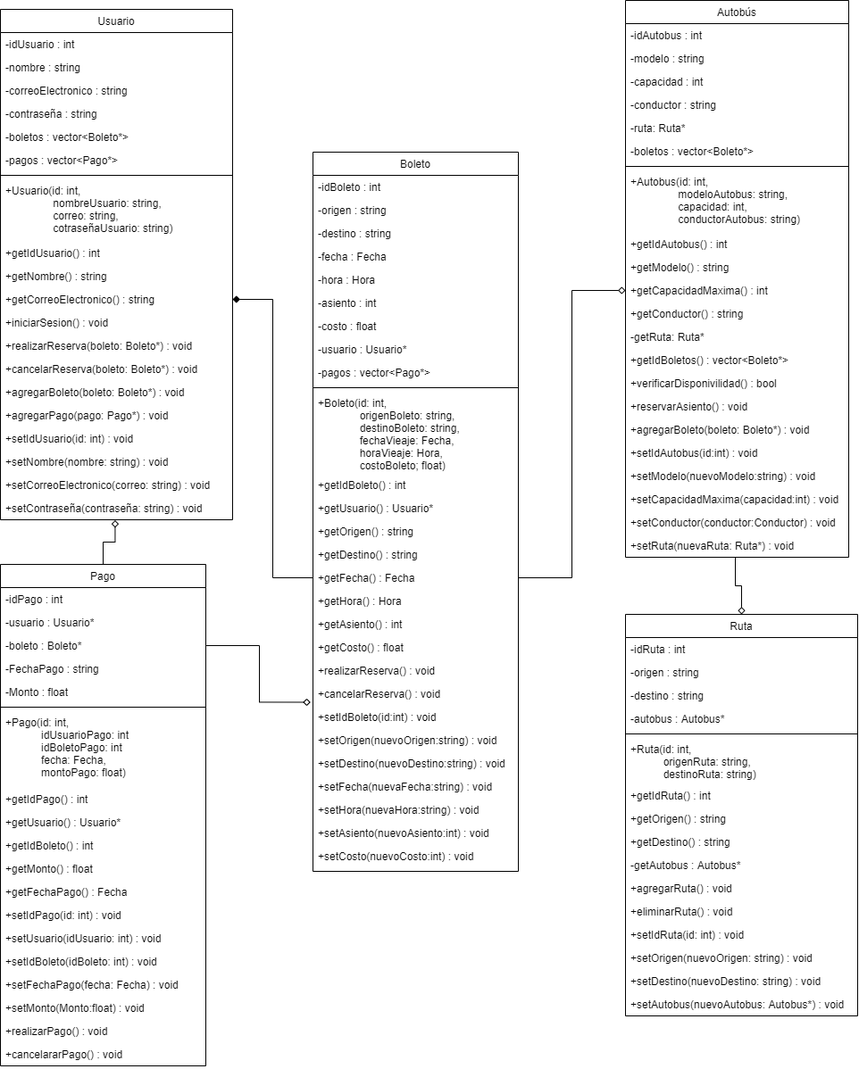
The draw.io diagram Transporte.png in ojavier/ProjectDelivery, before a commit. Source tidied: cells renumbered, new cells last; positions are measured from the earlier drawing's top-left corner, leaving out a move shared by most shapes.
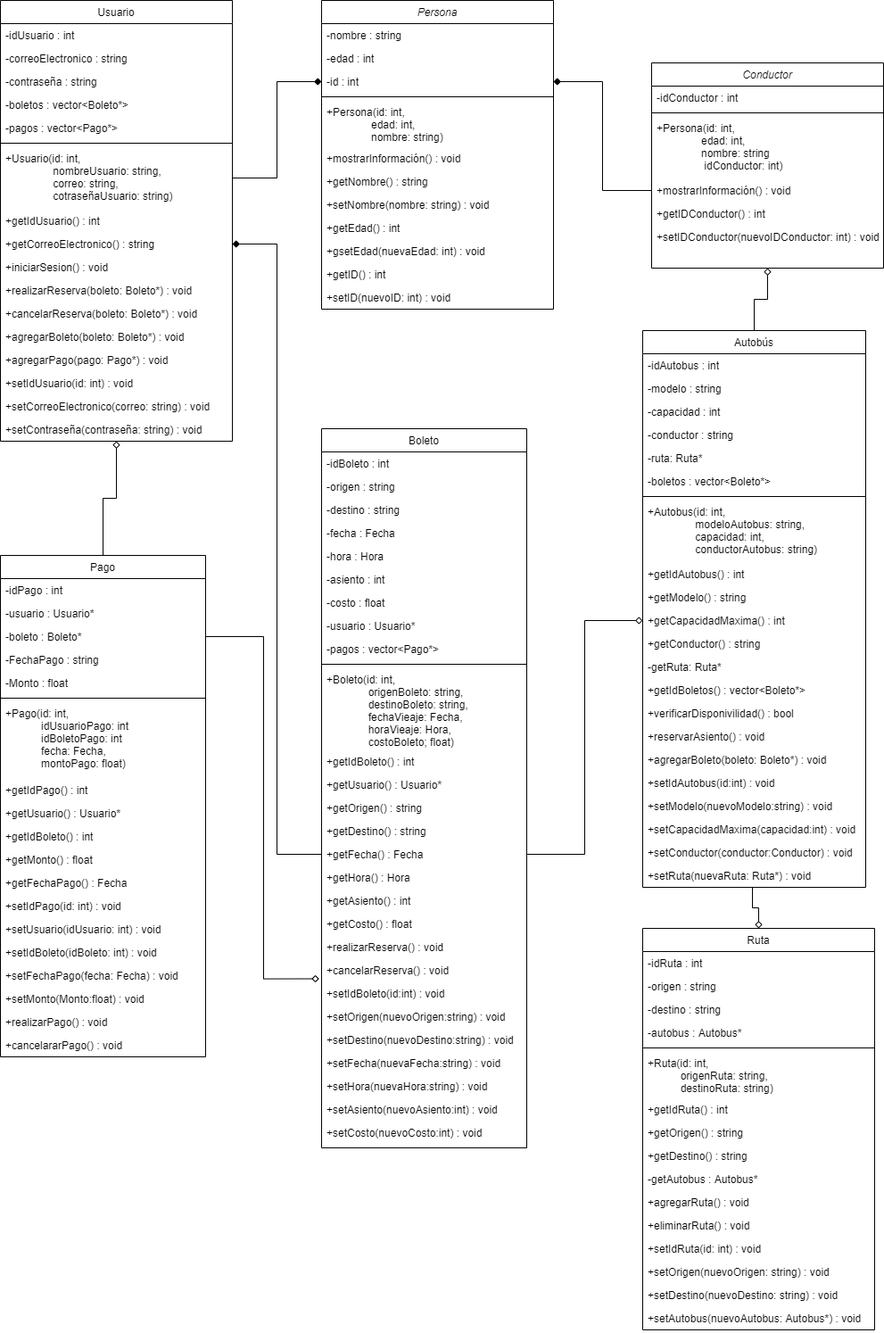
After the change.

Change to the diagram source:
```diff
@@ -3,70 +3,64 @@
     <mxCell id="0" />
     <mxCell id="1" parent="0" />
     <mxCell id="2" value="Usuario" style="swimlane;fontStyle=0;align=center;verticalAlign=top;horizontal=1;startSize=26;rounded=0;shadow=0;strokeWidth=1;" parent="1" vertex="1">
-      <mxGeometry y="10" width="260" height="572" as="geometry" />
+      <mxGeometry y="10" width="260" height="494" as="geometry" />
     </mxCell>
     <mxCell id="3" value="-idUsuario : int" style="text;align=left;verticalAlign=top;spacingLeft=4;spacingRight=4;overflow=hidden;" parent="2" vertex="1">
       <mxGeometry y="26" width="260" height="26" as="geometry" />
     </mxCell>
-    <mxCell id="4" value="-nombre : string" style="text;align=left;verticalAlign=top;spacingLeft=4;spacingRight=4;overflow=hidden;rounded=0;shadow=0;html=0;" parent="2" vertex="1">
-      <mxGeometry y="52" width="260" height="26" as="geometry" />
-    </mxCell>
     <mxCell id="5" value="-correoElectronico : string" style="text;align=left;verticalAlign=top;spacingLeft=4;spacingRight=4;overflow=hidden;rounded=0;shadow=0;html=0;" parent="2" vertex="1">
-      <mxGeometry y="78" width="260" height="26" as="geometry" />
+      <mxGeometry y="52" width="260" height="26" as="geometry" />
     </mxCell>
     <mxCell id="6" value="-contraseña : string" style="text;align=left;verticalAlign=top;spacingLeft=4;spacingRight=4;overflow=hidden;rounded=0;shadow=0;html=0;" parent="2" vertex="1">
-      <mxGeometry y="104" width="260" height="26" as="geometry" />
+      <mxGeometry y="78" width="260" height="26" as="geometry" />
     </mxCell>
     <mxCell id="7" value="-boletos : vector&lt;Boleto*&gt;" style="text;align=left;verticalAlign=top;spacingLeft=4;spacingRight=4;overflow=hidden;rounded=0;shadow=0;html=0;" parent="2" vertex="1">
-      <mxGeometry y="130" width="260" height="26" as="geometry" />
+      <mxGeometry y="104" width="260" height="26" as="geometry" />
     </mxCell>
     <mxCell id="8" value="-pagos : vector&lt;Pago*&gt;" style="text;align=left;verticalAlign=top;spacingLeft=4;spacingRight=4;overflow=hidden;rounded=0;shadow=0;html=0;" parent="2" vertex="1">
-      <mxGeometry y="156" width="260" height="26" as="geometry" />
+      <mxGeometry y="130" width="260" height="26" as="geometry" />
     </mxCell>
     <mxCell id="9" style="line;html=1;strokeWidth=1;align=left;verticalAlign=middle;spacingTop=-1;spacingLeft=3;spacingRight=3;labelPosition=right;" parent="2" vertex="1">
-      <mxGeometry y="182" width="260" height="8" as="geometry" />
+      <mxGeometry y="156" width="260" height="8" as="geometry" />
     </mxCell>
     <mxCell id="10" value="+Usuario(id: int,&#10;                nombreUsuario: string,&#10;                correo: string,&#10;                cotraseñaUsuario: string)" style="text;align=left;verticalAlign=top;spacingLeft=4;spacingRight=4;overflow=hidden;points=[[0,0.5],[1,0.5]];portConstraint=eastwest;" parent="2" vertex="1">
-      <mxGeometry y="190" width="260" height="70" as="geometry" />
+      <mxGeometry y="164" width="260" height="70" as="geometry" />
     </mxCell>
     <mxCell id="11" value="+getIdUsuario() : int" style="text;align=left;verticalAlign=top;spacingLeft=4;spacingRight=4;overflow=hidden;" parent="2" vertex="1">
-      <mxGeometry y="260" width="260" height="26" as="geometry" />
+      <mxGeometry y="234" width="260" height="26" as="geometry" />
     </mxCell>
-    <mxCell id="12" value="+getNombre() : string" style="text;align=left;verticalAlign=top;spacingLeft=4;spacingRight=4;overflow=hidden;" parent="2" vertex="1">
-      <mxGeometry y="286" width="260" height="26" as="geometry" />
-    </mxCell>
     <mxCell id="13" value="+getCorreoElectronico() : string" style="text;align=left;verticalAlign=top;spacingLeft=4;spacingRight=4;overflow=hidden;points=[[0,0.5],[1,0.5]];portConstraint=eastwest;" parent="2" vertex="1">
-      <mxGeometry y="312" width="260" height="26" as="geometry" />
+      <mxGeometry y="260" width="260" height="26" as="geometry" />
     </mxCell>
     <mxCell id="14" value="+iniciarSesion() : void" style="text;align=left;verticalAlign=top;spacingLeft=4;spacingRight=4;overflow=hidden;" parent="2" vertex="1">
-      <mxGeometry y="338" width="260" height="26" as="geometry" />
+      <mxGeometry y="286" width="260" height="26" as="geometry" />
     </mxCell>
     <mxCell id="15" value="+realizarReserva(boleto: Boleto*) : void" style="text;align=left;verticalAlign=top;spacingLeft=4;spacingRight=4;overflow=hidden;" parent="2" vertex="1">
-      <mxGeometry y="364" width="260" height="26" as="geometry" />
+      <mxGeometry y="312" width="260" height="26" as="geometry" />
     </mxCell>
     <mxCell id="16" value="+cancelarReserva(boleto: Boleto*) : void" style="text;align=left;verticalAlign=top;spacingLeft=4;spacingRight=4;overflow=hidden;" parent="2" vertex="1">
-      <mxGeometry y="390" width="260" height="26" as="geometry" />
+      <mxGeometry y="338" width="260" height="26" as="geometry" />
     </mxCell>
     <mxCell id="17" value="+agregarBoleto(boleto: Boleto*) : void" style="text;align=left;verticalAlign=top;spacingLeft=4;spacingRight=4;overflow=hidden;" parent="2" vertex="1">
-      <mxGeometry y="416" width="260" height="26" as="geometry" />
+      <mxGeometry y="364" width="260" height="26" as="geometry" />
     </mxCell>
     <mxCell id="18" value="+agregarPago(pago: Pago*) : void" style="text;align=left;verticalAlign=top;spacingLeft=4;spacingRight=4;overflow=hidden;" parent="2" vertex="1">
-      <mxGeometry y="442" width="260" height="26" as="geometry" />
+      <mxGeometry y="390" width="260" height="26" as="geometry" />
     </mxCell>
     <mxCell id="19" value="+setIdUsuario(id: int) : void" style="text;align=left;verticalAlign=top;spacingLeft=4;spacingRight=4;overflow=hidden;" parent="2" vertex="1">
-      <mxGeometry y="468" width="260" height="26" as="geometry" />
+      <mxGeometry y="416" width="260" height="26" as="geometry" />
     </mxCell>
-    <mxCell id="20" value="+setNombre(nombre: string) : void" style="text;align=left;verticalAlign=top;spacingLeft=4;spacingRight=4;overflow=hidden;" parent="2" vertex="1">
-      <mxGeometry y="494" width="260" height="26" as="geometry" />
-    </mxCell>
     <mxCell id="21" value="+setCorreoElectronico(correo: string) : void" style="text;align=left;verticalAlign=top;spacingLeft=4;spacingRight=4;overflow=hidden;" parent="2" vertex="1">
-      <mxGeometry y="520" width="260" height="26" as="geometry" />
+      <mxGeometry y="442" width="260" height="26" as="geometry" />
     </mxCell>
     <mxCell id="22" value="+setContraseña(contraseña: string) : void" style="text;align=left;verticalAlign=top;spacingLeft=4;spacingRight=4;overflow=hidden;points=[[0,0.5],[1,0.5]];portConstraint=eastwest;" parent="2" vertex="1">
-      <mxGeometry y="546" width="260" height="26" as="geometry" />
+      <mxGeometry y="468" width="260" height="26" as="geometry" />
     </mxCell>
+    <mxCell id="117" style="edgeStyle=orthogonalEdgeStyle;rounded=0;jettySize=auto;html=1;exitX=0.5;exitY=0;exitDx=0;exitDy=0;entryX=0.5;entryY=1;entryDx=0;entryDy=0;endArrow=diamond;endFill=0;" parent="1" edge="1" source="23" target="129">
+      <mxGeometry relative="1" as="geometry" />
+    </mxCell>
     <mxCell id="23" value="Autobús" style="swimlane;fontStyle=0;align=center;verticalAlign=top;horizontal=1;startSize=26;rounded=0;shadow=0;strokeWidth=1;" parent="1" vertex="1">
-      <mxGeometry x="700" width="250" height="624" as="geometry" />
+      <mxGeometry x="720" y="380" width="250" height="624" as="geometry" />
     </mxCell>
     <mxCell id="24" value="-idAutobus : int" style="text;align=left;verticalAlign=top;spacingLeft=4;spacingRight=4;overflow=hidden;" parent="23" vertex="1">
       <mxGeometry y="26" width="250" height="26" as="geometry" />
@@ -135,7 +129,7 @@
       <mxGeometry y="598" width="250" height="26" as="geometry" />
     </mxCell>
     <mxCell id="46" value="Boleto" style="swimlane;fontStyle=0;align=center;verticalAlign=top;horizontal=1;startSize=26;rounded=0;shadow=0;strokeWidth=1;" parent="1" vertex="1">
-      <mxGeometry x="350" y="170" width="230" height="806" as="geometry" />
+      <mxGeometry x="360" y="490" width="230" height="806" as="geometry" />
     </mxCell>
     <mxCell id="47" value="-idBoleto : int" style="text;align=left;verticalAlign=top;spacingLeft=4;spacingRight=4;overflow=hidden;" parent="46" vertex="1">
       <mxGeometry y="26" width="230" height="26" as="geometry" />
@@ -225,7 +219,7 @@
       <mxGeometry relative="1" as="geometry" />
     </mxCell>
     <mxCell id="76" value="Ruta" style="swimlane;fontStyle=0;align=center;verticalAlign=top;horizontal=1;startSize=26;rounded=0;shadow=0;strokeWidth=1;" parent="1" vertex="1">
-      <mxGeometry x="700" y="688" width="260" height="450" as="geometry" />
+      <mxGeometry x="720" y="1050" width="260" height="450" as="geometry" />
     </mxCell>
     <mxCell id="77" value="-idRuta : int" style="text;align=left;verticalAlign=top;spacingLeft=4;spacingRight=4;overflow=hidden;" parent="76" vertex="1">
       <mxGeometry y="26" width="260" height="26" as="geometry" />
@@ -275,7 +269,7 @@
     <mxCell id="92" value="+setAutobus(nuevoAutobus: Autobus*) : void" style="text;align=left;verticalAlign=top;spacingLeft=4;spacingRight=4;overflow=hidden;" parent="76" vertex="1">
       <mxGeometry y="424" width="260" height="26" as="geometry" />
     </mxCell>
-    <mxCell id="93" style="edgeStyle=orthogonalEdgeStyle;rounded=0;jettySize=auto;html=1;exitX=0.5;exitY=0;exitDx=0;exitDy=0;entryX=0.494;entryY=1.019;entryDx=0;entryDy=0;entryPerimeter=0;endArrow=diamond;endFill=0;" parent="1" edge="1" source="94" target="22">
+    <mxCell id="93" style="edgeStyle=orthogonalEdgeStyle;rounded=0;jettySize=auto;html=1;exitX=0.5;exitY=0;exitDx=0;exitDy=0;endArrow=diamond;endFill=0;entryX=0.5;entryY=1;entryDx=0;entryDy=0;" parent="1" edge="1" source="94" target="2">
       <mxGeometry relative="1" as="geometry" />
     </mxCell>
     <mxCell id="94" value="Pago" style="swimlane;fontStyle=0;align=center;verticalAlign=top;horizontal=1;startSize=26;rounded=0;shadow=0;strokeWidth=1;" parent="1" vertex="1">
@@ -347,5 +341,71 @@
     <mxCell id="116" style="edgeStyle=orthogonalEdgeStyle;rounded=0;jettySize=auto;html=1;exitX=1;exitY=0.5;exitDx=0;exitDy=0;entryX=-0.012;entryY=0.865;entryDx=0;entryDy=0;entryPerimeter=0;endArrow=diamond;endFill=0;" parent="1" edge="1" source="97" target="67">
       <mxGeometry relative="1" as="geometry" />
     </mxCell>
+    <mxCell id="118" value="Persona" style="swimlane;fontStyle=2;align=center;verticalAlign=top;horizontal=1;startSize=26;rounded=0;shadow=0;strokeWidth=1;" parent="1" vertex="1">
+      <mxGeometry x="360" y="10" width="260" height="346" as="geometry" />
+    </mxCell>
+    <mxCell id="4" value="-nombre : string" style="text;align=left;verticalAlign=top;spacingLeft=4;spacingRight=4;overflow=hidden;rounded=0;shadow=0;html=0;" parent="118" vertex="1">
+      <mxGeometry y="26" width="260" height="26" as="geometry" />
+    </mxCell>
+    <mxCell id="119" value="-edad : int" style="text;align=left;verticalAlign=top;spacingLeft=4;spacingRight=4;overflow=hidden;rounded=0;shadow=0;html=0;" parent="118" vertex="1">
+      <mxGeometry y="52" width="260" height="26" as="geometry" />
+    </mxCell>
+    <mxCell id="120" value="-id : int" style="text;align=left;verticalAlign=top;spacingLeft=4;spacingRight=4;overflow=hidden;points=[[0,0.5],[1,0.5]];portConstraint=eastwest;rounded=0;shadow=0;html=0;" parent="118" vertex="1">
+      <mxGeometry y="78" width="260" height="26" as="geometry" />
+    </mxCell>
+    <mxCell id="121" style="line;html=1;strokeWidth=1;align=left;verticalAlign=middle;spacingTop=-1;spacingLeft=3;spacingRight=3;labelPosition=right;" parent="118" vertex="1">
+      <mxGeometry y="104" width="260" height="8" as="geometry" />
+    </mxCell>
+    <mxCell id="122" value="+Persona(id: int,&#10;               edad: int,&#10;               nombre: string)" style="text;align=left;verticalAlign=top;spacingLeft=4;spacingRight=4;overflow=hidden;" parent="118" vertex="1">
+      <mxGeometry y="112" width="260" height="52" as="geometry" />
+    </mxCell>
+    <mxCell id="123" value="+mostrarInformación() : void" style="text;align=left;verticalAlign=top;spacingLeft=4;spacingRight=4;overflow=hidden;" parent="118" vertex="1">
+      <mxGeometry y="164" width="260" height="26" as="geometry" />
+    </mxCell>
+    <mxCell id="12" value="+getNombre() : string" style="text;align=left;verticalAlign=top;spacingLeft=4;spacingRight=4;overflow=hidden;" parent="118" vertex="1">
+      <mxGeometry y="190" width="260" height="26" as="geometry" />
+    </mxCell>
+    <mxCell id="20" value="+setNombre(nombre: string) : void" style="text;align=left;verticalAlign=top;spacingLeft=4;spacingRight=4;overflow=hidden;" parent="118" vertex="1">
+      <mxGeometry y="216" width="260" height="26" as="geometry" />
+    </mxCell>
+    <mxCell id="124" value="+getEdad() : int" style="text;align=left;verticalAlign=top;spacingLeft=4;spacingRight=4;overflow=hidden;" parent="118" vertex="1">
+      <mxGeometry y="242" width="260" height="26" as="geometry" />
+    </mxCell>
+    <mxCell id="125" value="+gsetEdad(nuevaEdad: int) : void" style="text;align=left;verticalAlign=top;spacingLeft=4;spacingRight=4;overflow=hidden;" parent="118" vertex="1">
+      <mxGeometry y="268" width="260" height="26" as="geometry" />
+    </mxCell>
+    <mxCell id="126" value="+getID() : int" style="text;align=left;verticalAlign=top;spacingLeft=4;spacingRight=4;overflow=hidden;" parent="118" vertex="1">
+      <mxGeometry y="294" width="260" height="26" as="geometry" />
+    </mxCell>
+    <mxCell id="127" value="+setID(nuevoID: int) : void" style="text;align=left;verticalAlign=top;spacingLeft=4;spacingRight=4;overflow=hidden;" parent="118" vertex="1">
+      <mxGeometry y="320" width="260" height="26" as="geometry" />
+    </mxCell>
+    <mxCell id="128" style="edgeStyle=orthogonalEdgeStyle;rounded=0;jettySize=auto;html=1;exitX=1;exitY=0.5;exitDx=0;exitDy=0;entryX=0;entryY=0.5;entryDx=0;entryDy=0;endArrow=diamond;endFill=1;" parent="1" edge="1" source="10" target="120">
+      <mxGeometry relative="1" as="geometry" />
+    </mxCell>
+    <mxCell id="129" value="Conductor" style="swimlane;fontStyle=2;align=center;verticalAlign=top;horizontal=1;startSize=26;rounded=0;shadow=0;strokeWidth=1;" parent="1" vertex="1">
+      <mxGeometry x="730" y="80" width="260" height="230" as="geometry" />
+    </mxCell>
+    <mxCell id="130" value="-idConductor : int" style="text;align=left;verticalAlign=top;spacingLeft=4;spacingRight=4;overflow=hidden;rounded=0;shadow=0;html=0;" parent="129" vertex="1">
+      <mxGeometry y="26" width="260" height="26" as="geometry" />
+    </mxCell>
+    <mxCell id="131" style="line;html=1;strokeWidth=1;align=left;verticalAlign=middle;spacingTop=-1;spacingLeft=3;spacingRight=3;labelPosition=right;" parent="129" vertex="1">
+      <mxGeometry y="52" width="260" height="8" as="geometry" />
+    </mxCell>
+    <mxCell id="132" value="+Persona(id: int,&#10;               edad: int,&#10;               nombre: string&#10;                idConductor: int)" style="text;align=left;verticalAlign=top;spacingLeft=4;spacingRight=4;overflow=hidden;" parent="129" vertex="1">
+      <mxGeometry y="60" width="260" height="70" as="geometry" />
+    </mxCell>
+    <mxCell id="133" value="+mostrarInformación() : void" style="text;align=left;verticalAlign=top;spacingLeft=4;spacingRight=4;overflow=hidden;points=[[0,0.5],[1,0.5]];portConstraint=eastwest;" parent="129" vertex="1">
+      <mxGeometry y="130" width="260" height="26" as="geometry" />
+    </mxCell>
+    <mxCell id="134" value="+getIDConductor() : int" style="text;align=left;verticalAlign=top;spacingLeft=4;spacingRight=4;overflow=hidden;" parent="129" vertex="1">
+      <mxGeometry y="156" width="260" height="26" as="geometry" />
+    </mxCell>
+    <mxCell id="135" value="+setIDConductor(nuevoIDConductor: int) : void" style="text;align=left;verticalAlign=top;spacingLeft=4;spacingRight=4;overflow=hidden;" parent="129" vertex="1">
+      <mxGeometry y="182" width="260" height="26" as="geometry" />
+    </mxCell>
+    <mxCell id="136" style="edgeStyle=orthogonalEdgeStyle;rounded=0;jettySize=auto;html=1;exitX=0;exitY=0.5;exitDx=0;exitDy=0;entryX=1;entryY=0.5;entryDx=0;entryDy=0;endArrow=diamond;endFill=1;" parent="1" edge="1" source="133" target="120">
+      <mxGeometry relative="1" as="geometry" />
+    </mxCell>
   </root>
 </mxGraphModel>
```
